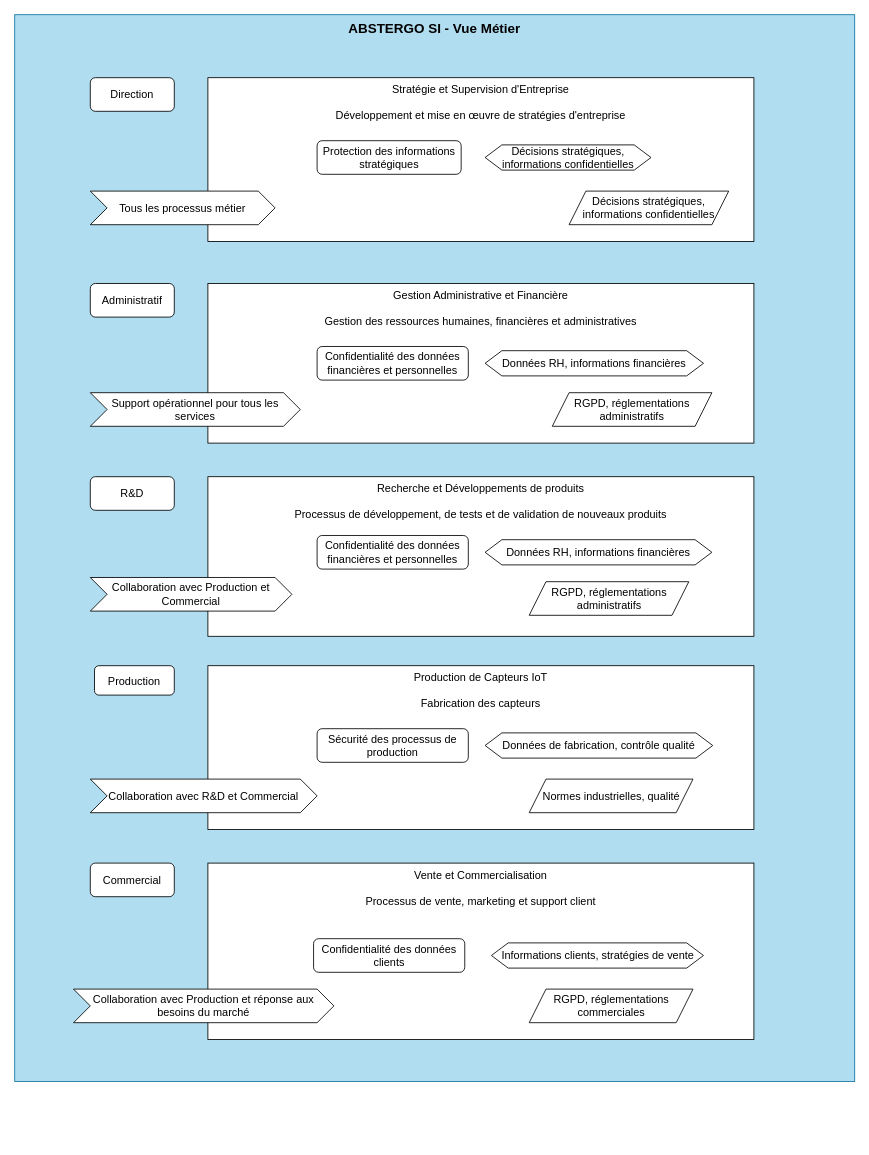
The draw.io diagram Vue_Metiers_SI.drawio in CharifMah/AbstergoAnimus, before the edit. Source tidied: cells renumbered, new cells numbered last; positions are measured from the earlier drawing's top-left corner, leaving out a move shared by most shapes. Both pictures are drawn from the tidied source at 84%, with x=0, y=0 at pixel (14, 14).
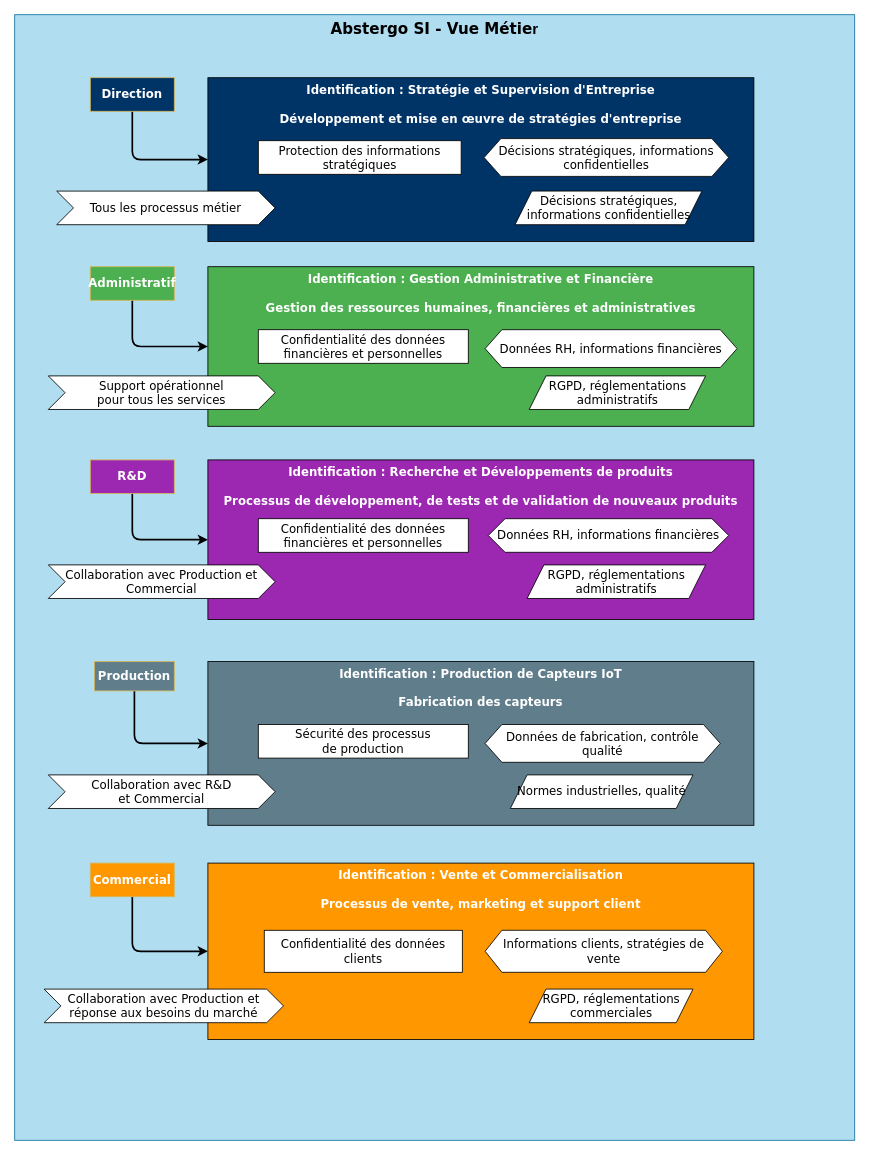
The same diagram, later.

Commit message (it also covers changes not shown here):
Mettre à jour Vue_Metiers_SI.drawio

The edit, as a diff of the source:
```diff
@@
-    <mxCell id="2" value="&lt;font size=&quot;1&quot;&gt;&lt;b&gt;&lt;font style=&quot;font-size: 16px;&quot;&gt;ABSTERGO SI - Vue Métier &lt;/font&gt;&lt;/b&gt;&lt;/font&gt;" style="rounded=0;whiteSpace=wrap;html=1;verticalAlign=top;align=center;fillColor=#b1ddf0;strokeColor=#10739e;" parent="1" vertex="1">
-      <mxGeometry width="1000" height="1270" as="geometry" />
+    <mxCell id="2" value="&lt;b style=&quot;font-size: 18px;&quot;&gt;&lt;font face=&quot;Verdana&quot; style=&quot;font-size: 18px;&quot;&gt;Abstergo SI - Vue Métie&lt;/font&gt;&lt;font face=&quot;Helvetica&quot; style=&quot;font-size: 18px;&quot;&gt;r&lt;/font&gt;&lt;/b&gt;" style="rounded=0;whiteSpace=wrap;html=1;verticalAlign=top;align=center;fillColor=#b1ddf0;strokeColor=#10739e;" parent="1" vertex="1">
+      <mxGeometry width="1000" height="1340" as="geometry" />
     </mxCell>
+    <mxCell id="34" style="edgeStyle=orthogonalEdgeStyle;jettySize=auto;html=1;exitX=0.5;exitY=1;exitDx=0;exitDy=0;entryX=0;entryY=0.5;entryDx=0;entryDy=0;strokeWidth=2;fontSize=14;fontFamily=Verdana;" parent="1" edge="1" source="3" target="4">
+      <mxGeometry relative="1" as="geometry" />
+    </mxCell>
-    <mxCell id="3" value="Direction" style="rounded=1;whiteSpace=wrap;html=1;fontSize=13;" parent="1" vertex="1">
+    <mxCell id="3" value="&lt;b style=&quot;font-size: 14px;&quot;&gt;Direction&lt;/b&gt;" style="rounded=0;whiteSpace=wrap;html=1;fontSize=14;fillColor=#003366;strokeColor=#d6b656;fontFamily=Verdana;horizontal=1;fontStyle=0;fontColor=#FFFFFF;" parent="1" vertex="1">
       <mxGeometry x="90" y="75" width="100" height="40" as="geometry" />
     </mxCell>
-    <mxCell id="4" value="Stratégie et Supervision d'Entreprise&lt;br style=&quot;font-size: 13px;&quot;&gt;&lt;br style=&quot;font-size: 13px;&quot;&gt;Développement et mise en œuvre de stratégies d'entreprise" style="rounded=0;whiteSpace=wrap;html=1;fontSize=13;verticalAlign=top;" parent="1" vertex="1">
+    <mxCell id="4" value="&lt;b style=&quot;font-size: 14px;&quot;&gt;&lt;font color=&quot;#ffffff&quot; style=&quot;font-size: 14px;&quot;&gt;Identification : Stratégie et Supervision d'Entreprise&lt;br style=&quot;font-size: 14px;&quot;&gt;&lt;br style=&quot;font-size: 14px;&quot;&gt;Développement et mise en œuvre de stratégies d'entreprise&lt;/font&gt;&lt;/b&gt;" style="rounded=0;whiteSpace=wrap;html=1;fontSize=14;verticalAlign=top;fontFamily=Verdana;horizontal=1;fontStyle=0;fillColor=#003366;" parent="1" vertex="1">
       <mxGeometry x="230" y="75" width="650" height="195" as="geometry" />
     </mxCell>
-    <mxCell id="5" value="Décisions stratégiques, informations confidentielles" style="shape=hexagon;perimeter=hexagonPerimeter2;whiteSpace=wrap;html=1;fixedSize=1;fontSize=13;" parent="1" vertex="1">
-      <mxGeometry x="560" y="155" width="197.5" height="30" as="geometry" />
+    <mxCell id="5" value="Décisions stratégiques, informations confidentielles" style="shape=hexagon;perimeter=hexagonPerimeter2;whiteSpace=wrap;html=1;fixedSize=1;fontSize=14;fontFamily=Verdana;rounded=0;horizontal=1;fontStyle=0;" parent="1" vertex="1">
+      <mxGeometry x="558.8" y="147.5" width="291.2" height="45" as="geometry" />
     </mxCell>
-    <mxCell id="6" value="Décisions stratégiques, informations confidentielles" style="shape=parallelogram;perimeter=parallelogramPerimeter;whiteSpace=wrap;html=1;fixedSize=1;fontSize=13;" parent="1" vertex="1">
-      <mxGeometry x="660" y="210" width="190" height="40" as="geometry" />
+    <mxCell id="6" value="Décisions stratégiques, informations confidentielles" style="shape=parallelogram;perimeter=parallelogramPerimeter;whiteSpace=wrap;html=1;fixedSize=1;fontSize=14;fontFamily=Verdana;rounded=0;horizontal=1;fontStyle=0;" parent="1" vertex="1">
+      <mxGeometry x="595.6" y="210" width="222.5" height="40" as="geometry" />
     </mxCell>
-    <mxCell id="7" value="Protection des informations stratégiques" style="rounded=1;whiteSpace=wrap;html=1;fontSize=13;" parent="1" vertex="1">
-      <mxGeometry x="360" y="150" width="171.5" height="40" as="geometry" />
+    <mxCell id="7" value="Protection des informations stratégiques" style="rounded=0;whiteSpace=wrap;html=1;fontSize=14;fontFamily=Verdana;horizontal=1;fontStyle=0;" parent="1" vertex="1">
+      <mxGeometry x="290" y="150" width="241.5" height="40" as="geometry" />
     </mxCell>
-    <mxCell id="8" value="Gestion Administrative et Financière&lt;br style=&quot;font-size: 13px;&quot;&gt;&lt;br style=&quot;font-size: 13px;&quot;&gt;Gestion des ressources humaines, financières et administratives" style="rounded=0;whiteSpace=wrap;html=1;fontSize=13;verticalAlign=top;" parent="1" vertex="1">
-      <mxGeometry x="230" y="320" width="650" height="190" as="geometry" />
+    <mxCell id="8" value="&lt;b style=&quot;font-size: 14px;&quot;&gt;&lt;font color=&quot;#ffffff&quot; style=&quot;font-size: 14px;&quot;&gt;Identification : Gestion Administrative et Financière&lt;br style=&quot;font-size: 14px;&quot;&gt;&lt;br style=&quot;font-size: 14px;&quot;&gt;Gestion des ressources humaines, financières et administratives&lt;/font&gt;&lt;/b&gt;" style="rounded=0;whiteSpace=wrap;html=1;fontSize=14;verticalAlign=top;fontFamily=Verdana;horizontal=1;fontStyle=0;fillColor=#4CAF50;" parent="1" vertex="1">
+      <mxGeometry x="230" y="300" width="650" height="190" as="geometry" />
     </mxCell>
-    <mxCell id="9" value="Confidentialité des données financières et personnelles" style="rounded=1;whiteSpace=wrap;html=1;fontSize=13;" parent="1" vertex="1">
-      <mxGeometry x="360" y="395" width="180" height="40" as="geometry" />
+    <mxCell id="9" value="Confidentialité des données financières et personnelles" style="rounded=0;whiteSpace=wrap;html=1;fontSize=14;fontFamily=Verdana;horizontal=1;fontStyle=0;" parent="1" vertex="1">
+      <mxGeometry x="290" y="375" width="250" height="40" as="geometry" />
     </mxCell>
-    <mxCell id="10" value="Données RH, informations financières" style="shape=hexagon;perimeter=hexagonPerimeter2;whiteSpace=wrap;html=1;fixedSize=1;fontSize=13;" parent="1" vertex="1">
-      <mxGeometry x="560" y="400" width="260" height="30" as="geometry" />
+    <mxCell id="10" value="Données RH, informations financières" style="shape=hexagon;perimeter=hexagonPerimeter2;whiteSpace=wrap;html=1;fixedSize=1;fontSize=14;fontFamily=Verdana;rounded=0;horizontal=1;fontStyle=0;" parent="1" vertex="1">
+      <mxGeometry x="560" y="375" width="300" height="45" as="geometry" />
     </mxCell>
-    <mxCell id="11" value="RGPD, réglementations administratifs" style="shape=parallelogram;perimeter=parallelogramPerimeter;whiteSpace=wrap;html=1;fixedSize=1;fontSize=13;" parent="1" vertex="1">
-      <mxGeometry x="640" y="450" width="190" height="40" as="geometry" />
+    <mxCell id="11" value="RGPD, réglementations administratifs" style="shape=parallelogram;perimeter=parallelogramPerimeter;whiteSpace=wrap;html=1;fixedSize=1;fontSize=14;fontFamily=Verdana;rounded=0;horizontal=1;fontStyle=0;" parent="1" vertex="1">
+      <mxGeometry x="612.5" y="430" width="210" height="40" as="geometry" />
     </mxCell>
-    <mxCell id="12" value="Tous les processus métier" style="shape=step;perimeter=stepPerimeter;whiteSpace=wrap;html=1;fixedSize=1;fontSize=13;" parent="1" vertex="1">
-      <mxGeometry x="90" y="210" width="220" height="40" as="geometry" />
+    <mxCell id="12" value="Tous les processus métier" style="shape=step;perimeter=stepPerimeter;whiteSpace=wrap;html=1;fixedSize=1;fontSize=14;fontFamily=Verdana;rounded=0;horizontal=1;fontStyle=0;" parent="1" vertex="1">
+      <mxGeometry x="50" y="210" width="260" height="40" as="geometry" />
     </mxCell>
-    <mxCell id="13" value="Support opérationnel pour tous les services" style="shape=step;perimeter=stepPerimeter;whiteSpace=wrap;html=1;fixedSize=1;fontSize=13;" parent="1" vertex="1">
-      <mxGeometry x="90" y="450" width="250" height="40" as="geometry" />
+    <mxCell id="13" value="Support opérationnel &lt;br style=&quot;font-size: 14px;&quot;&gt;pour tous les services" style="shape=step;perimeter=stepPerimeter;whiteSpace=wrap;html=1;fixedSize=1;fontSize=14;fontFamily=Verdana;rounded=0;horizontal=1;fontStyle=0;" parent="1" vertex="1">
+      <mxGeometry x="40" y="430" width="270" height="40" as="geometry" />
     </mxCell>
+    <mxCell id="35" style="edgeStyle=orthogonalEdgeStyle;jettySize=auto;html=1;entryX=0;entryY=0.5;entryDx=0;entryDy=0;strokeWidth=2;fontSize=14;fontFamily=Verdana;" parent="1" edge="1" source="14" target="15">
+      <mxGeometry relative="1" as="geometry">
+        <Array as="points">
+          <mxPoint x="140" y="625" />
+        </Array>
+      </mxGeometry>
+    </mxCell>
-    <mxCell id="14" value="R&amp;amp;D" style="rounded=1;whiteSpace=wrap;html=1;fontSize=13;" parent="1" vertex="1">
-      <mxGeometry x="90" y="550" width="100" height="40" as="geometry" />
+    <mxCell id="14" value="&lt;b style=&quot;font-size: 14px;&quot;&gt;R&amp;amp;D&lt;/b&gt;" style="rounded=0;whiteSpace=wrap;html=1;fontSize=14;fontFamily=Verdana;horizontal=1;fillColor=#9C27B0;fontStyle=0;strokeColor=#d6b656;fontColor=#FFFFFF;" parent="1" vertex="1">
+      <mxGeometry x="90" y="530" width="100" height="40" as="geometry" />
     </mxCell>
-    <mxCell id="15" value="Recherche et Développements de produits&lt;br style=&quot;font-size: 13px;&quot;&gt;&lt;br style=&quot;font-size: 13px;&quot;&gt;Processus de développement, de tests et de validation de nouveaux produits" style="rounded=0;whiteSpace=wrap;html=1;fontSize=13;verticalAlign=top;" parent="1" vertex="1">
-      <mxGeometry x="230" y="550" width="650" height="190" as="geometry" />
+    <mxCell id="15" value="&lt;b style=&quot;font-size: 14px;&quot;&gt;&lt;font color=&quot;#ffffff&quot; style=&quot;font-size: 14px;&quot;&gt;Identification : Recherche et Développements de produits&lt;br style=&quot;font-size: 14px;&quot;&gt;&lt;br style=&quot;font-size: 14px;&quot;&gt;Processus de développement, de tests et de validation de nouveaux produits&lt;/font&gt;&lt;/b&gt;" style="rounded=0;whiteSpace=wrap;html=1;fontSize=14;verticalAlign=top;fontFamily=Verdana;horizontal=1;fontStyle=0;fillColor=#9C27B0;" parent="1" vertex="1">
+      <mxGeometry x="230" y="530" width="650" height="190" as="geometry" />
     </mxCell>
-    <mxCell id="16" value="Confidentialité des données financières et personnelles" style="rounded=1;whiteSpace=wrap;html=1;fontSize=13;" parent="1" vertex="1">
-      <mxGeometry x="360" y="620" width="180" height="40" as="geometry" />
+    <mxCell id="16" value="Confidentialité des données financières et personnelles" style="rounded=0;whiteSpace=wrap;html=1;fontSize=14;fontFamily=Verdana;horizontal=1;fontStyle=0;" parent="1" vertex="1">
+      <mxGeometry x="290" y="600" width="250" height="40" as="geometry" />
     </mxCell>
-    <mxCell id="17" value="Données RH, informations financières" style="shape=hexagon;perimeter=hexagonPerimeter2;whiteSpace=wrap;html=1;fixedSize=1;fontSize=13;" parent="1" vertex="1">
-      <mxGeometry x="560" y="625" width="270" height="30" as="geometry" />
+    <mxCell id="17" value="Données RH, informations financières" style="shape=hexagon;perimeter=hexagonPerimeter2;whiteSpace=wrap;html=1;fixedSize=1;fontSize=14;fontFamily=Verdana;rounded=0;horizontal=1;fontStyle=0;" parent="1" vertex="1">
+      <mxGeometry x="563.8" y="600" width="286.2" height="40" as="geometry" />
     </mxCell>
-    <mxCell id="18" value="RGPD, réglementations administratifs" style="shape=parallelogram;perimeter=parallelogramPerimeter;whiteSpace=wrap;html=1;fixedSize=1;fontSize=13;" parent="1" vertex="1">
-      <mxGeometry x="612.5" y="675" width="190" height="40" as="geometry" />
+    <mxCell id="18" value="RGPD, réglementations administratifs" style="shape=parallelogram;perimeter=parallelogramPerimeter;whiteSpace=wrap;html=1;fixedSize=1;fontSize=14;fontFamily=Verdana;rounded=0;horizontal=1;fontStyle=0;" parent="1" vertex="1">
+      <mxGeometry x="610" y="655" width="212.5" height="40" as="geometry" />
     </mxCell>
-    <mxCell id="19" value="Collaboration avec Production et Commercial" style="shape=step;perimeter=stepPerimeter;whiteSpace=wrap;html=1;fixedSize=1;fontSize=13;" parent="1" vertex="1">
-      <mxGeometry x="90" y="670" width="240" height="40" as="geometry" />
+    <mxCell id="19" value="Collaboration avec Production et Commercial" style="shape=step;perimeter=stepPerimeter;whiteSpace=wrap;html=1;fixedSize=1;fontSize=14;fontFamily=Verdana;rounded=0;horizontal=1;fontStyle=0;" parent="1" vertex="1">
+      <mxGeometry x="40" y="655" width="270" height="40" as="geometry" />
     </mxCell>
+    <mxCell id="36" style="edgeStyle=orthogonalEdgeStyle;jettySize=auto;html=1;exitX=0.5;exitY=1;exitDx=0;exitDy=0;entryX=0;entryY=0.5;entryDx=0;entryDy=0;strokeWidth=2;fontSize=14;fontFamily=Verdana;" parent="1" edge="1" source="20" target="21">
+      <mxGeometry relative="1" as="geometry" />
+    </mxCell>
-    <mxCell id="20" value="Production" style="rounded=1;whiteSpace=wrap;html=1;fontSize=13;" parent="1" vertex="1">
-      <mxGeometry x="95" y="775" width="95" height="35" as="geometry" />
+    <mxCell id="20" value="Production" style="rounded=0;whiteSpace=wrap;html=1;fontSize=14;fontFamily=Verdana;horizontal=1;fillColor=#607D8B;fontStyle=1;gradientColor=none;strokeColor=#d6b656;fontColor=#FFFFFF;" parent="1" vertex="1">
+      <mxGeometry x="95" y="770" width="95" height="35" as="geometry" />
     </mxCell>
-    <mxCell id="21" value="Production de Capteurs IoT&lt;br style=&quot;font-size: 13px;&quot;&gt;&lt;br style=&quot;font-size: 13px;&quot;&gt;Fabrication des capteurs" style="rounded=0;whiteSpace=wrap;html=1;fontSize=13;verticalAlign=top;" parent="1" vertex="1">
-      <mxGeometry x="230" y="775" width="650" height="195" as="geometry" />
+    <mxCell id="21" value="&lt;b style=&quot;font-size: 14px;&quot;&gt;&lt;font color=&quot;#ffffff&quot; style=&quot;font-size: 14px;&quot;&gt;Identification : Production de Capteurs IoT&lt;br style=&quot;font-size: 14px;&quot;&gt;&lt;br style=&quot;font-size: 14px;&quot;&gt;Fabrication des capteurs&lt;/font&gt;&lt;/b&gt;" style="rounded=0;whiteSpace=wrap;html=1;fontSize=14;verticalAlign=top;fontFamily=Verdana;horizontal=1;fontStyle=0;fillColor=#607D8B;" parent="1" vertex="1">
+      <mxGeometry x="230" y="770" width="650" height="195" as="geometry" />
     </mxCell>
-    <mxCell id="22" value="Sécurité des processus de production" style="rounded=1;whiteSpace=wrap;html=1;fontSize=13;" parent="1" vertex="1">
-      <mxGeometry x="360" y="850" width="180" height="40" as="geometry" />
+    <mxCell id="22" value="Sécurité des processus &lt;br style=&quot;font-size: 14px;&quot;&gt;de production" style="rounded=0;whiteSpace=wrap;html=1;fontSize=14;fontFamily=Verdana;horizontal=1;fontStyle=0;" parent="1" vertex="1">
+      <mxGeometry x="290" y="845" width="250" height="40" as="geometry" />
     </mxCell>
-    <mxCell id="23" value="Données de fabrication, contrôle qualité" style="shape=hexagon;perimeter=hexagonPerimeter2;whiteSpace=wrap;html=1;fixedSize=1;fontSize=13;" parent="1" vertex="1">
-      <mxGeometry x="560" y="855" width="271" height="30" as="geometry" />
+    <mxCell id="23" value="Données de fabrication, contrôle qualité" style="shape=hexagon;perimeter=hexagonPerimeter2;whiteSpace=wrap;html=1;fixedSize=1;fontSize=14;fontFamily=Verdana;rounded=0;horizontal=1;fontStyle=0;" parent="1" vertex="1">
+      <mxGeometry x="560" y="845" width="280" height="45" as="geometry" />
     </mxCell>
-    <mxCell id="24" value="Normes industrielles, qualité" style="shape=parallelogram;perimeter=parallelogramPerimeter;whiteSpace=wrap;html=1;fixedSize=1;fontSize=13;" parent="1" vertex="1">
-      <mxGeometry x="612.5" y="910" width="195" height="40" as="geometry" />
+    <mxCell id="24" value="Normes industrielles, qualité" style="shape=parallelogram;perimeter=parallelogramPerimeter;whiteSpace=wrap;html=1;fixedSize=1;fontSize=14;fontFamily=Verdana;rounded=0;horizontal=1;fontStyle=0;" parent="1" vertex="1">
+      <mxGeometry x="590" y="905" width="217.5" height="40" as="geometry" />
     </mxCell>
-    <mxCell id="25" value="Collaboration avec R&amp;amp;D et Commercial" style="shape=step;perimeter=stepPerimeter;whiteSpace=wrap;html=1;fixedSize=1;fontSize=13;" parent="1" vertex="1">
-      <mxGeometry x="90" y="910" width="270" height="40" as="geometry" />
+    <mxCell id="25" value="Collaboration avec R&amp;amp;D &lt;br style=&quot;font-size: 14px;&quot;&gt;et Commercial" style="shape=step;perimeter=stepPerimeter;whiteSpace=wrap;html=1;fixedSize=1;fontSize=14;fontFamily=Verdana;rounded=0;horizontal=1;fontStyle=0;" parent="1" vertex="1">
+      <mxGeometry x="40" y="905" width="270" height="40" as="geometry" />
     </mxCell>
+    <mxCell id="37" style="edgeStyle=orthogonalEdgeStyle;jettySize=auto;html=1;entryX=0;entryY=0.5;entryDx=0;entryDy=0;strokeWidth=2;fontSize=14;fontFamily=Verdana;" parent="1" edge="1" source="26" target="27">
+      <mxGeometry relative="1" as="geometry">
+        <Array as="points">
+          <mxPoint x="140" y="1115" />
+        </Array>
+      </mxGeometry>
+    </mxCell>
-    <mxCell id="26" value="Commercial" style="rounded=1;whiteSpace=wrap;html=1;fontSize=13;" parent="1" vertex="1">
+    <mxCell id="26" value="Commercial" style="rounded=0;whiteSpace=wrap;html=1;fontSize=14;fontFamily=Verdana;horizontal=1;fillColor=#FF9800;fontStyle=1;gradientColor=none;strokeColor=#d6b656;fontColor=#FFFFFF;" parent="1" vertex="1">
       <mxGeometry x="90" y="1010" width="100" height="40" as="geometry" />
     </mxCell>
-    <mxCell id="27" value="Vente et Commercialisation&lt;br style=&quot;font-size: 13px;&quot;&gt;&lt;br style=&quot;font-size: 13px;&quot;&gt;Processus de vente, marketing et support client" style="rounded=0;whiteSpace=wrap;html=1;fontSize=13;verticalAlign=top;" parent="1" vertex="1">
+    <mxCell id="27" value="&lt;b style=&quot;font-size: 14px;&quot;&gt;&lt;font color=&quot;#ffffff&quot; style=&quot;font-size: 14px;&quot;&gt;Identification : Vente et Commercialisation&lt;br style=&quot;font-size: 14px;&quot;&gt;&lt;br style=&quot;font-size: 14px;&quot;&gt;Processus de vente, marketing et support client&lt;/font&gt;&lt;/b&gt;" style="rounded=0;whiteSpace=wrap;html=1;fontSize=14;verticalAlign=top;fontFamily=Verdana;horizontal=1;fontStyle=0;fillColor=#FF9800;" parent="1" vertex="1">
       <mxGeometry x="230" y="1010" width="650" height="210" as="geometry" />
     </mxCell>
-    <mxCell id="28" value="Confidentialité des données clients" style="rounded=1;whiteSpace=wrap;html=1;fontSize=13;" parent="1" vertex="1">
-      <mxGeometry x="355.8" y="1100" width="180" height="40" as="geometry" />
+    <mxCell id="28" value="Confidentialité des données &lt;br style=&quot;font-size: 14px;&quot;&gt;clients" style="rounded=0;whiteSpace=wrap;html=1;fontSize=14;fontFamily=Verdana;horizontal=1;fontStyle=0;" parent="1" vertex="1">
+      <mxGeometry x="297.1" y="1090" width="235.8" height="50" as="geometry" />
     </mxCell>
-    <mxCell id="29" value="Informations clients, stratégies de vente" style="shape=hexagon;perimeter=hexagonPerimeter2;whiteSpace=wrap;html=1;fixedSize=1;fontSize=13;" parent="1" vertex="1">
-      <mxGeometry x="567.5" y="1105" width="252.5" height="30" as="geometry" />
+    <mxCell id="29" value="Informations clients, stratégies de vente" style="shape=hexagon;perimeter=hexagonPerimeter2;whiteSpace=wrap;html=1;fixedSize=1;fontSize=14;fontFamily=Verdana;rounded=0;horizontal=1;fontStyle=0;" parent="1" vertex="1">
+      <mxGeometry x="560" y="1090" width="282.5" height="50" as="geometry" />
     </mxCell>
-    <mxCell id="30" value="RGPD, réglementations commerciales" style="shape=parallelogram;perimeter=parallelogramPerimeter;whiteSpace=wrap;html=1;fixedSize=1;fontSize=13;" parent="1" vertex="1">
+    <mxCell id="30" value="RGPD, réglementations commerciales" style="shape=parallelogram;perimeter=parallelogramPerimeter;whiteSpace=wrap;html=1;fixedSize=1;fontSize=14;fontFamily=Verdana;rounded=0;horizontal=1;fontStyle=0;" parent="1" vertex="1">
       <mxGeometry x="612.5" y="1160" width="195" height="40" as="geometry" />
     </mxCell>
-    <mxCell id="31" value="Collaboration avec Production et réponse aux besoins du marché" style="shape=step;perimeter=stepPerimeter;whiteSpace=wrap;html=1;fixedSize=1;fontSize=13;" parent="1" vertex="1">
-      <mxGeometry x="70" y="1160" width="310" height="40" as="geometry" />
+    <mxCell id="31" value="Collaboration avec Production et &lt;br style=&quot;font-size: 14px;&quot;&gt;réponse aux besoins du marché" style="shape=step;perimeter=stepPerimeter;whiteSpace=wrap;html=1;fixedSize=1;fontSize=14;fontFamily=Verdana;rounded=0;horizontal=1;fontStyle=0;" parent="1" vertex="1">
+      <mxGeometry x="35" y="1160" width="285" height="40" as="geometry" />
     </mxCell>
+    <mxCell id="38" style="edgeStyle=orthogonalEdgeStyle;jettySize=auto;html=1;exitX=0.5;exitY=1;exitDx=0;exitDy=0;entryX=0;entryY=0.5;entryDx=0;entryDy=0;strokeWidth=2;fontSize=14;fontFamily=Verdana;" parent="1" edge="1" source="32" target="8">
+      <mxGeometry relative="1" as="geometry" />
+    </mxCell>
-    <mxCell id="32" value="Administratif" style="rounded=1;whiteSpace=wrap;html=1;fontSize=13;" parent="1" vertex="1">
-      <mxGeometry x="90" y="320" width="100" height="40" as="geometry" />
+    <mxCell id="32" value="&lt;b style=&quot;font-size: 14px;&quot;&gt;Administratif&lt;/b&gt;" style="rounded=0;whiteSpace=wrap;html=1;fontSize=14;fontFamily=Verdana;horizontal=1;fillColor=#4CAF50;fontStyle=0;strokeColor=#d6b656;fontColor=#FFFFFF;" parent="1" vertex="1">
+      <mxGeometry x="90" y="300" width="100" height="40" as="geometry" />
     </mxCell>
-    <mxCell id="33" style="edgeStyle=orthogonalEdgeStyle;rounded=0;orthogonalLoop=1;jettySize=auto;html=1;exitX=0.5;exitY=1;exitDx=0;exitDy=0;" parent="1" edge="1" source="10" target="10">
+    <mxCell id="33" style="edgeStyle=orthogonalEdgeStyle;rounded=0;orthogonalLoop=1;jettySize=auto;html=1;exitX=0.5;exitY=1;exitDx=0;exitDy=0;fontFamily=Verdana;horizontal=1;fontStyle=0;fontSize=14;" parent="1" edge="1" source="10" target="10">
       <mxGeometry relative="1" as="geometry" />
     </mxCell>
```
